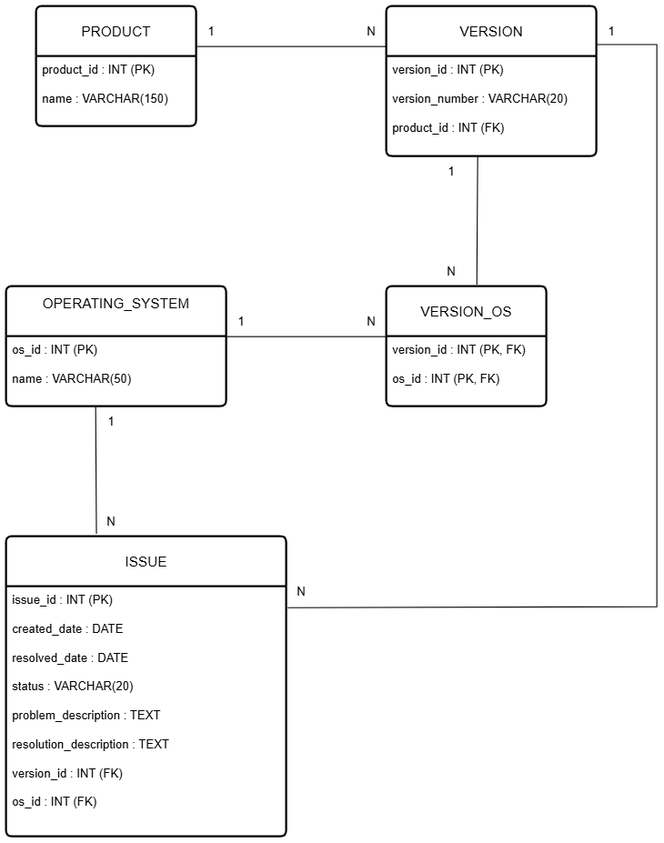
Above: diagrams/modele_EA_NexaWorks.png in eaugagne-beep/projet_6_Mod-lisez-et-cr-ez-une-base-de-donn-es-pour-une-application-.NET (draw.io), before the change. Source tidied: cells renumbered, new cells last; positions are measured from the earlier drawing's top-left corner, leaving out a move shared by most shapes.
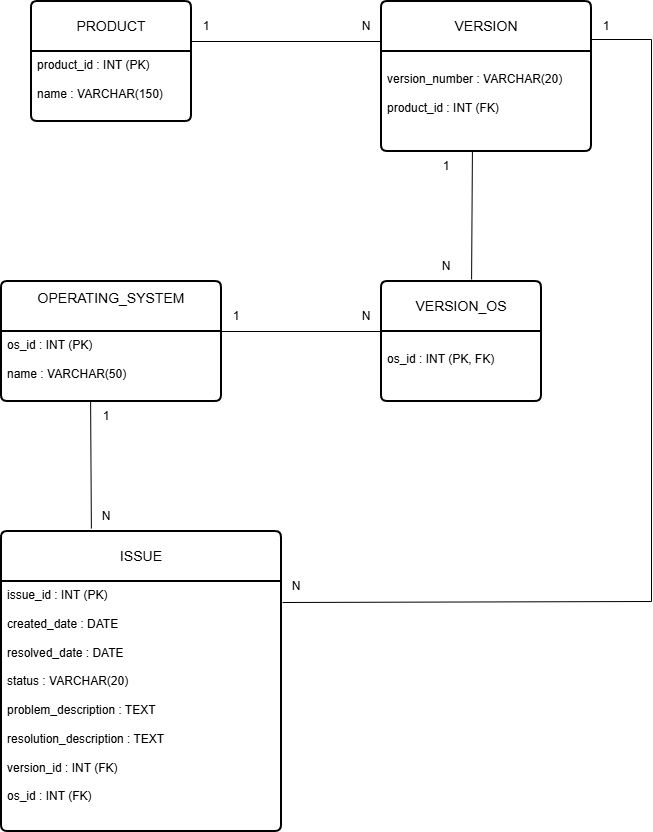
The same file after the commit.

Commit message:
Mise à jour du modèle EA (clés métiers Version et VersionOS)

What changed in the source:
```diff
@@ -11,13 +11,13 @@
     <mxCell id="4" value="VERSION" style="swimlane;horizontal=1;startSize=50;rounded=1;fontSize=14;fontStyle=0;strokeWidth=2;shadow=0;dashed=0;align=center;arcSize=4;whiteSpace=wrap;html=1;" parent="1" vertex="1">
       <mxGeometry x="380" width="210" height="150" as="geometry" />
     </mxCell>
-    <mxCell id="5" value="&lt;div&gt;version_id : INT (PK)&lt;/div&gt;&lt;div&gt;&lt;br&gt;&lt;/div&gt;&lt;div&gt;version_number : VARCHAR(20)&lt;/div&gt;&lt;div&gt;&lt;br&gt;&lt;/div&gt;&lt;div&gt;product_id : INT (FK)&lt;/div&gt;" style="align=left;strokeColor=none;fillColor=none;spacingLeft=4;spacingRight=4;fontSize=12;verticalAlign=top;html=1;whiteSpace=wrap;" parent="4" vertex="1">
+    <mxCell id="5" value="&lt;div&gt;&lt;br&gt;&lt;/div&gt;&lt;div&gt;version_number : VARCHAR(20)&lt;/div&gt;&lt;div&gt;&lt;br&gt;&lt;/div&gt;&lt;div&gt;product_id : INT (FK)&lt;/div&gt;" style="align=left;strokeColor=none;fillColor=none;spacingLeft=4;spacingRight=4;fontSize=12;verticalAlign=top;html=1;whiteSpace=wrap;" parent="4" vertex="1">
       <mxGeometry y="50" width="210" height="100" as="geometry" />
     </mxCell>
     <mxCell id="6" value="VERSION_OS" style="swimlane;horizontal=1;startSize=50;rounded=1;fontSize=14;fontStyle=0;strokeWidth=2;shadow=0;dashed=0;align=center;arcSize=4;whiteSpace=wrap;html=1;" parent="1" vertex="1">
       <mxGeometry x="380" y="280" width="160" height="120" as="geometry" />
     </mxCell>
-    <mxCell id="7" value="&lt;div&gt;version_id : INT (PK, FK)&lt;/div&gt;&lt;div&gt;&lt;br&gt;&lt;/div&gt;&lt;div&gt;os_id : INT (PK, FK)&lt;/div&gt;" style="align=left;strokeColor=none;fillColor=none;spacingLeft=4;spacingRight=4;fontSize=12;verticalAlign=top;html=1;whiteSpace=wrap;" parent="6" vertex="1">
+    <mxCell id="7" value="&lt;div&gt;&lt;br&gt;&lt;/div&gt;&lt;div&gt;os_id : INT (PK, FK)&lt;/div&gt;" style="align=left;strokeColor=none;fillColor=none;spacingLeft=4;spacingRight=4;fontSize=12;verticalAlign=top;html=1;whiteSpace=wrap;" parent="6" vertex="1">
       <mxGeometry y="50" width="160" height="70" as="geometry" />
     </mxCell>
     <mxCell id="8" value="&lt;div&gt;OPERATING_SYSTEM&lt;/div&gt;&lt;div&gt;&lt;br&gt;&lt;/div&gt;" style="swimlane;horizontal=1;startSize=50;rounded=1;fontSize=14;fontStyle=0;strokeWidth=2;shadow=0;dashed=0;align=center;arcSize=4;whiteSpace=wrap;html=1;" parent="1" vertex="1">
```
